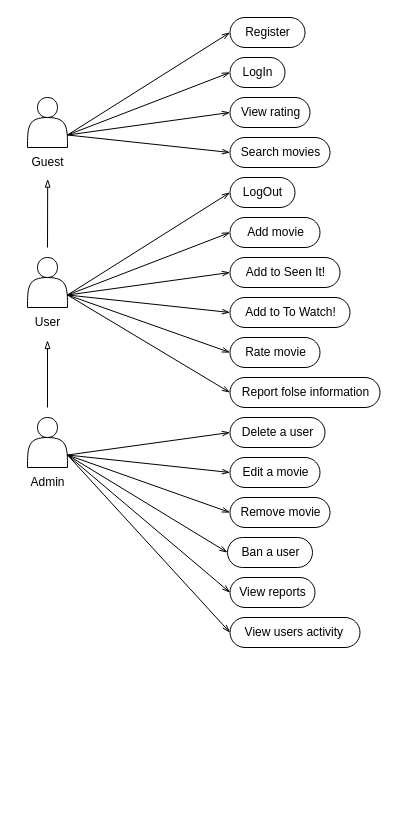
The draw.io diagram Requirements/UseCaseDiagram.dio in KavomanyOrganization/MovieList, before the edit. Source tidied: cells renumbered, new cells numbered last; positions are measured from the earlier drawing's top-left corner, leaving out a move shared by most shapes. Both pictures are drawn from the tidied source at 100%, with x=0, y=0 at pixel (17, 17).
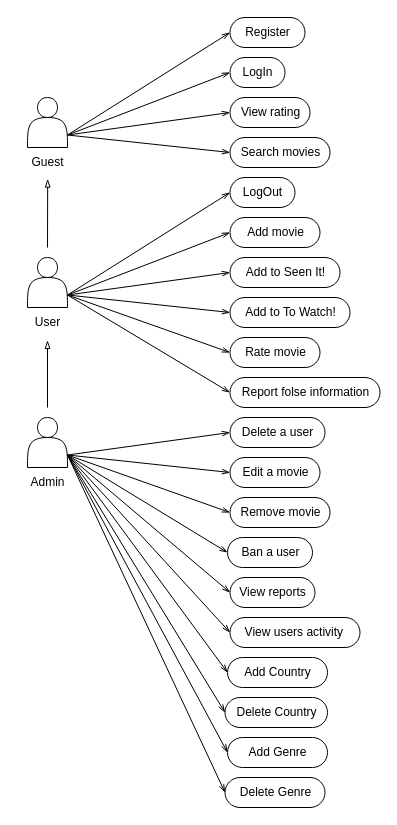
Above is the later version.

Commit message:
Add Genre and Country (Add/Delete) UseCases to UseCaseDiagram

Unchanged cells that the change refers to:
```xml
<mxCell id="20" style="shape=actor;whiteSpace=wrap;html=1;labelPosition=center;verticalLabelPosition=middle;align=center;verticalAlign=middle;" parent="1" vertex="1">
  <mxGeometry x="10" y="400" width="40" height="50" as="geometry" />
</mxCell>
```

The edit, as a diff of the source:
```diff
@@
+    <mxCell id="42" value="Add Country" style="html=1;dashed=0;whitespace=wrap;shape=mxgraph.dfd.start;strokeWidth=1;" parent="1" vertex="1">
+      <mxGeometry x="210" y="640" width="100" height="30" as="geometry" />
+    </mxCell>
+    <mxCell id="43" value="Delete Country" style="html=1;dashed=0;whitespace=wrap;shape=mxgraph.dfd.start;strokeWidth=1;" parent="1" vertex="1">
+      <mxGeometry x="207.5" y="680" width="102.5" height="30" as="geometry" />
+    </mxCell>
+    <mxCell id="44" value="Delete Genre" style="html=1;dashed=0;whitespace=wrap;shape=mxgraph.dfd.start;strokeWidth=1;" parent="1" vertex="1">
+      <mxGeometry x="207.5" y="760" width="100" height="30" as="geometry" />
+    </mxCell>
+    <mxCell id="45" value="Add Genre" style="html=1;dashed=0;whitespace=wrap;shape=mxgraph.dfd.start;strokeWidth=1;" parent="1" vertex="1">
+      <mxGeometry x="210" y="720" width="100" height="30" as="geometry" />
+    </mxCell>
+    <mxCell id="46" style="edgeStyle=none;html=1;exitX=1;exitY=0.75;exitDx=0;exitDy=0;entryX=0;entryY=0.5;entryDx=0;entryDy=0;entryPerimeter=0;endArrow=openThin;endFill=0;" parent="1" edge="1" source="20" target="43">
+      <mxGeometry relative="1" as="geometry" />
+    </mxCell>
+    <mxCell id="47" style="edgeStyle=none;html=1;exitX=1;exitY=0.75;exitDx=0;exitDy=0;entryX=0;entryY=0.5;entryDx=0;entryDy=0;entryPerimeter=0;endArrow=openThin;endFill=0;" parent="1" edge="1" source="20" target="45">
+      <mxGeometry relative="1" as="geometry" />
+    </mxCell>
+    <mxCell id="48" style="edgeStyle=none;html=1;exitX=1;exitY=0.75;exitDx=0;exitDy=0;entryX=0;entryY=0.5;entryDx=0;entryDy=0;entryPerimeter=0;endArrow=openThin;endFill=0;" parent="1" edge="1" source="20" target="42">
+      <mxGeometry relative="1" as="geometry" />
+    </mxCell>
+    <mxCell id="49" style="edgeStyle=none;html=1;exitX=1;exitY=0.75;exitDx=0;exitDy=0;entryX=0;entryY=0.5;entryDx=0;entryDy=0;entryPerimeter=0;endArrow=openThin;endFill=0;" parent="1" edge="1" source="20" target="44">
+      <mxGeometry relative="1" as="geometry" />
+    </mxCell>
```
